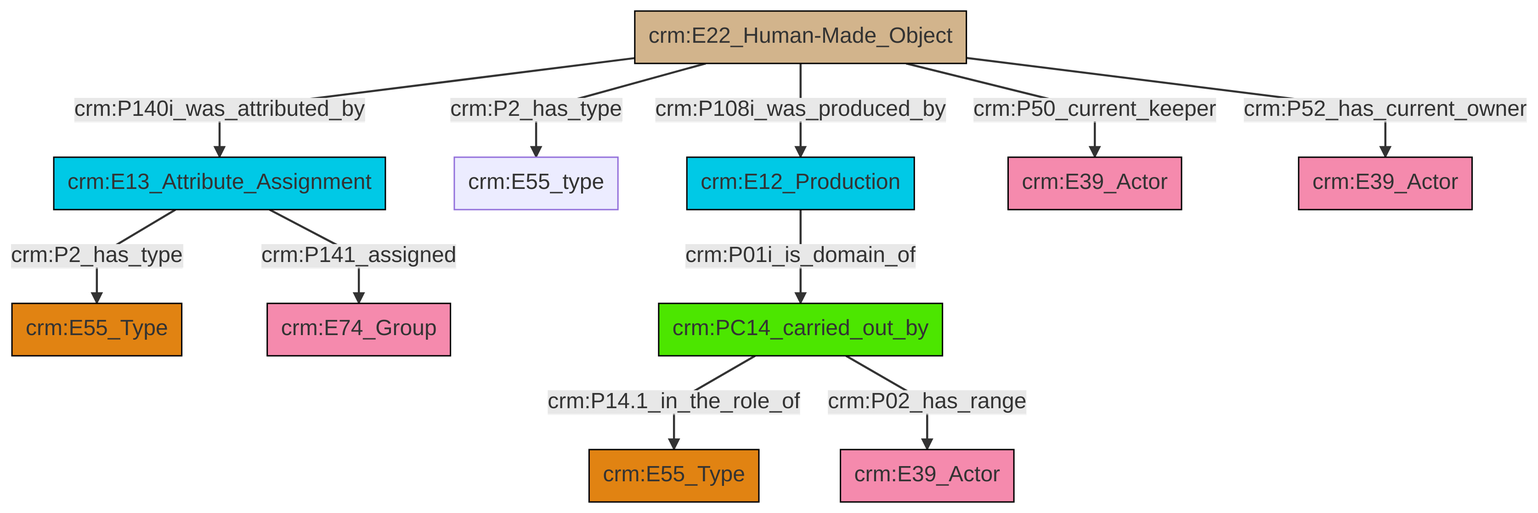
swiss-art-research-net/reference-data-models keeps this Mermaid diagram as et/artworkCSV/ttl/mmd/png/Artwork_Actor_Relations.png. Above is the earlier version. Its source is kept beside it as et/artworkCSV/ttl/mmd/Artwork_Actor_Relations.ttl.mmd.
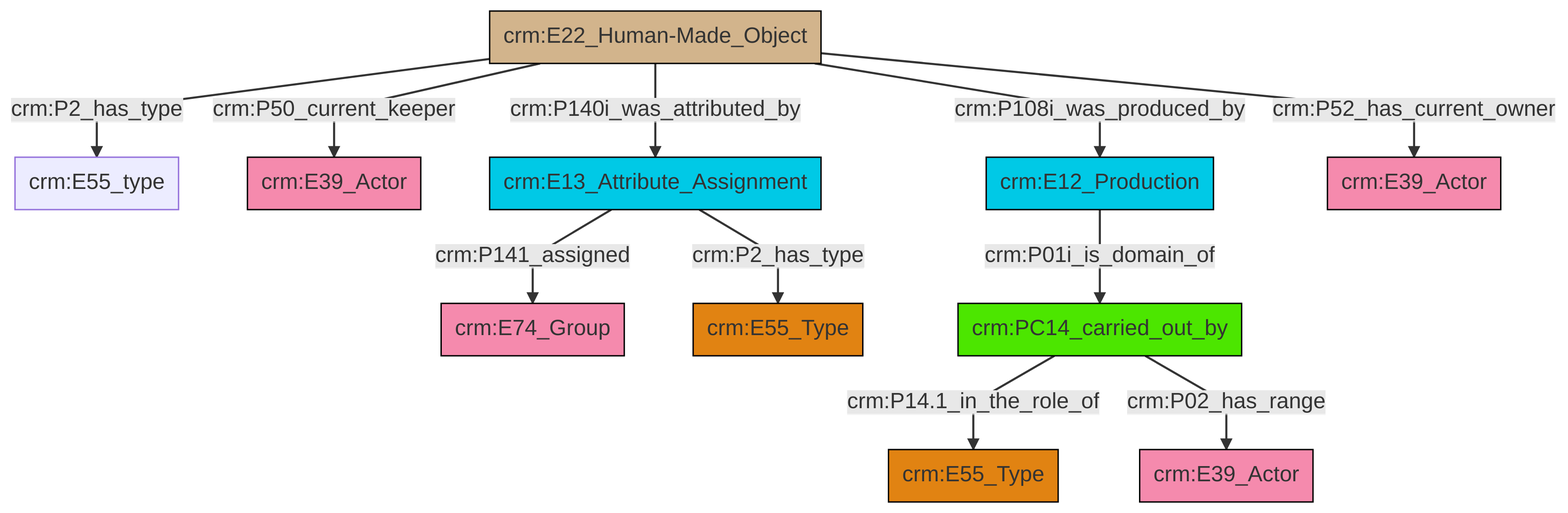
The same file after the commit.

The edit, as a diff of the source:
```diff
@@ -13,13 +13,13 @@
 classDef PC_Classes fill:#4ce600, stroke:#000000;
 classDef Multi fill:#cccccc,stroke:#000000;
 
-0["crm:E13_Attribute_Assignment"]:::Temporal_Entity -->|crm:P141_assigned| 6["crm:E74_Group"]:::Actor
-7["crm:E22_Human-Made_Object"]:::Physical_Thing -->|crm:P2_has_type| 8["crm:E55_type"]:::Default
-9["crm:E12_Production"]:::Temporal_Entity -->|crm:P01i_is_domain_of| 10["crm:PC14_carried_out_by"]:::PC_Classes
-7["crm:E22_Human-Made_Object"]:::Physical_Thing -->|crm:P108i_was_produced_by| 9["crm:E12_Production"]:::Temporal_Entity
-0["crm:E13_Attribute_Assignment"]:::Temporal_Entity -->|crm:P2_has_type| 2["crm:E55_Type"]:::Type
-7["crm:E22_Human-Made_Object"]:::Physical_Thing -->|crm:P140i_was_attributed_by| 0["crm:E13_Attribute_Assignment"]:::Temporal_Entity
-10["crm:PC14_carried_out_by"]:::PC_Classes -->|crm:P14.1_in_the_role_of| 11["crm:E55_Type"]:::Type
-7["crm:E22_Human-Made_Object"]:::Physical_Thing -->|crm:P50_current_keeper| 15["crm:E39_Actor"]:::Actor
-7["crm:E22_Human-Made_Object"]:::Physical_Thing -->|crm:P52_has_current_owner| 20["crm:E39_Actor"]:::Actor
-10["crm:PC14_carried_out_by"]:::PC_Classes -->|crm:P02_has_range| 4["crm:E39_Actor"]:::Actor
+0["crm:E22_Human-Made_Object"]:::Physical_Thing -->|crm:P2_has_type| 1["crm:E55_type"]:::Default
+0["crm:E22_Human-Made_Object"]:::Physical_Thing -->|crm:P140i_was_attributed_by| 12["crm:E13_Attribute_Assignment"]:::Temporal_Entity
+19["crm:PC14_carried_out_by"]:::PC_Classes -->|crm:P14.1_in_the_role_of| 20["crm:E55_Type"]:::Type
+0["crm:E22_Human-Made_Object"]:::Physical_Thing -->|crm:P52_has_current_owner| 13["crm:E39_Actor"]:::Actor
+0["crm:E22_Human-Made_Object"]:::Physical_Thing -->|crm:P108i_was_produced_by| 10["crm:E12_Production"]:::Temporal_Entity
+0["crm:E22_Human-Made_Object"]:::Physical_Thing -->|crm:P50_current_keeper| 4["crm:E39_Actor"]:::Actor
+19["crm:PC14_carried_out_by"]:::PC_Classes -->|crm:P02_has_range| 6["crm:E39_Actor"]:::Actor
+12["crm:E13_Attribute_Assignment"]:::Temporal_Entity -->|crm:P141_assigned| 2["crm:E74_Group"]:::Actor
+10["crm:E12_Production"]:::Temporal_Entity -->|crm:P01i_is_domain_of| 19["crm:PC14_carried_out_by"]:::PC_Classes
+12["crm:E13_Attribute_Assignment"]:::Temporal_Entity -->|crm:P2_has_type| 8["crm:E55_Type"]:::Type
```
